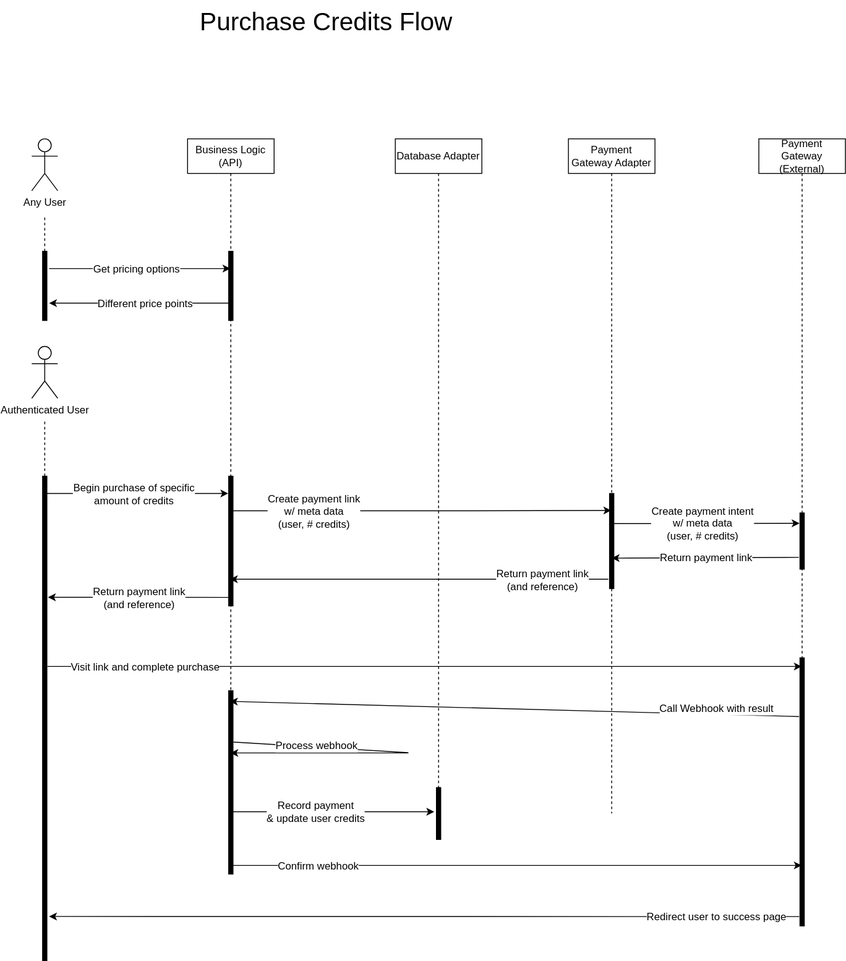
Earlier version of the draw.io export packages/domain/src/use-cases/credits/.drawio.svg (john-prutton/tarc). Source tidied: cells renumbered, new cells last; positions are measured from the earlier drawing's top-left corner, leaving out a move shared by most shapes.
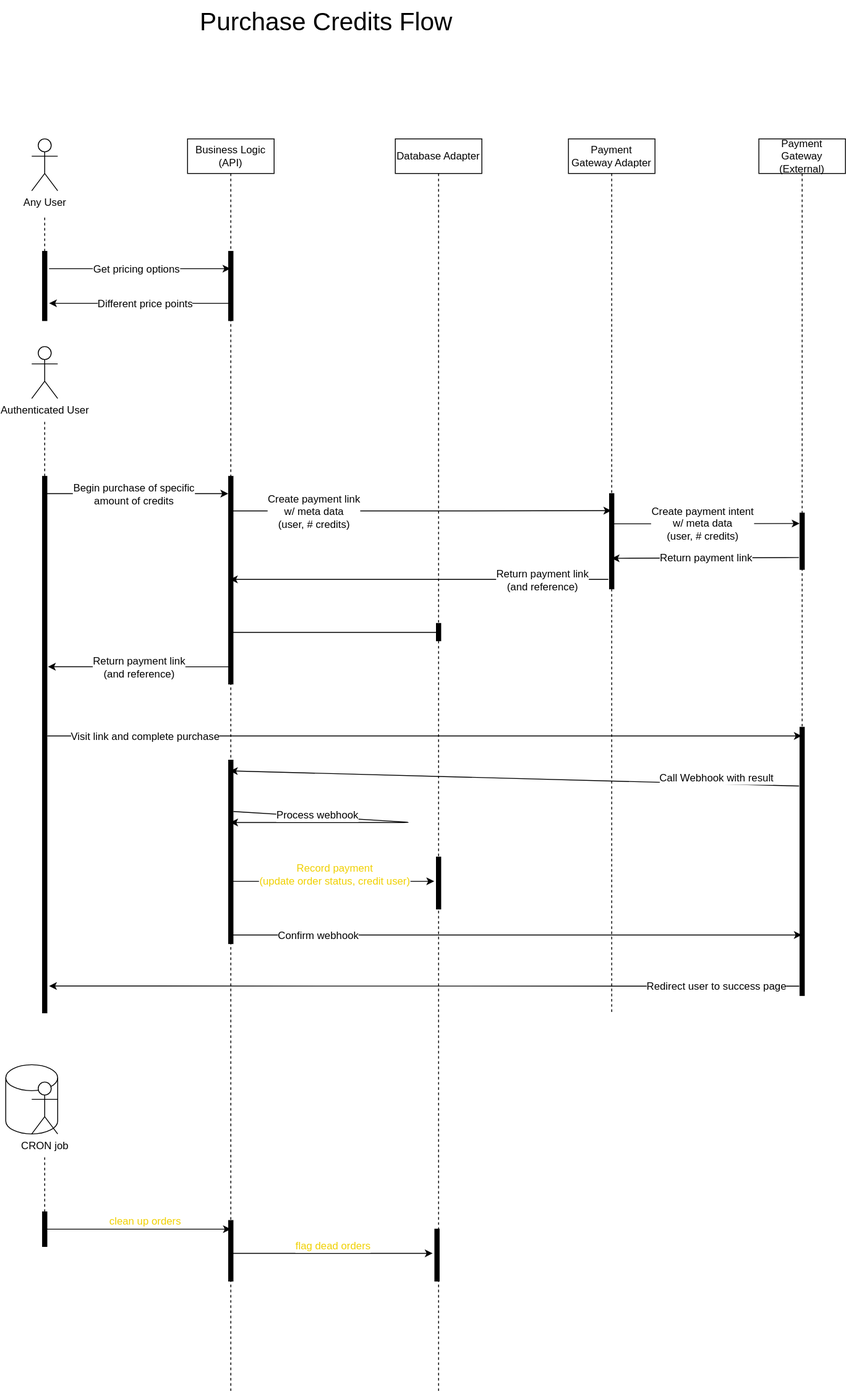
Above is the later version.

Commit message:
feat: add order entity, save order when creating purchase link

Diff of the diagram source:
```diff
@@ -2,22 +2,25 @@
   <root>
     <mxCell id="0" />
     <mxCell id="1" parent="0" />
+    <mxCell id="48" style="shape=cylinder3;whiteSpace=wrap;html=1;boundedLbl=1;backgroundOutline=1;size=15;" parent="1" vertex="1">
+      <mxGeometry x="-30" y="1230" width="60" height="80" as="geometry" />
+    </mxCell>
     <mxCell id="2" value="Any User" style="shape=umlActor;verticalLabelPosition=bottom;verticalAlign=top;html=1;" parent="1" vertex="1">
       <mxGeometry y="160" width="30" height="60" as="geometry" />
     </mxCell>
     <mxCell id="3" value="Business Logic (API)" style="shape=umlLifeline;perimeter=lifelinePerimeter;whiteSpace=wrap;html=1;outlineConnect=0;" parent="1" vertex="1">
-      <mxGeometry x="180" y="160" width="100" height="850" as="geometry" />
+      <mxGeometry x="180" y="160" width="100" height="1450" as="geometry" />
     </mxCell>
     <mxCell id="4" style="html=1;perimeter=orthogonalPerimeter;fillColor=strokeColor;fontSize=12;" parent="3" vertex="1">
       <mxGeometry x="47.5" y="130" width="5" height="80" as="geometry" />
     </mxCell>
     <mxCell id="5" style="html=1;perimeter=orthogonalPerimeter;fillColor=strokeColor;fontSize=12;" parent="3" vertex="1">
-      <mxGeometry x="47.5" y="390" width="5" height="150" as="geometry" />
+      <mxGeometry x="47.5" y="390" width="5" height="240" as="geometry" />
     </mxCell>
     <mxCell id="6" style="endArrow=classic;html=1;fontSize=12;startSize=60;endSize=6;sourcePerimeterSpacing=0;targetPerimeterSpacing=0;entryX=0.802;entryY=0.565;entryDx=0;entryDy=0;entryPerimeter=0;" parent="3" edge="1">
       <mxGeometry relative="1" as="geometry">
-        <mxPoint x="47.5" y="530.1" as="sourcePoint" />
-        <mxPoint x="-161.3" y="530" as="targetPoint" />
+        <mxPoint x="47.5" y="610.1" as="sourcePoint" />
+        <mxPoint x="-161.3" y="610" as="targetPoint" />
       </mxGeometry>
     </mxCell>
     <mxCell id="7" value="Return payment link&lt;br&gt;(and reference)" style="edgeLabel;html=1;align=center;verticalAlign=middle;fontSize=12;" parent="6" vertex="1">
@@ -27,8 +30,8 @@
     </mxCell>
     <mxCell id="8" style="endArrow=classic;html=1;fontSize=12;startSize=60;endSize=6;sourcePerimeterSpacing=0;targetPerimeterSpacing=0;" parent="3" edge="1">
       <mxGeometry relative="1" as="geometry">
-        <mxPoint x="-162" y="610" as="sourcePoint" />
-        <mxPoint x="709.5" y="610" as="targetPoint" />
+        <mxPoint x="-162" y="690" as="sourcePoint" />
+        <mxPoint x="709.5" y="690" as="targetPoint" />
       </mxGeometry>
     </mxCell>
     <mxCell id="9" value="Visit link and complete purchase" style="edgeLabel;html=1;align=center;verticalAlign=middle;fontSize=12;" parent="8" vertex="1">
@@ -37,12 +40,13 @@
       </mxGeometry>
     </mxCell>
     <mxCell id="10" style="html=1;points=[];perimeter=orthogonalPerimeter;fillColor=strokeColor;fontSize=12;" parent="3" vertex="1">
-      <mxGeometry x="47.5" y="638" width="5" height="212" as="geometry" />
+      <mxGeometry x="47.5" y="718" width="5" height="212" as="geometry" />
     </mxCell>
-    <mxCell id="11" style="endArrow=classic;html=1;fontSize=12;startSize=60;endSize=6;sourcePerimeterSpacing=0;targetPerimeterSpacing=0;exitX=1.101;exitY=0.28;exitDx=0;exitDy=0;exitPerimeter=0;" parent="3" edge="1" source="10" target="3">
+    <mxCell id="11" style="endArrow=classic;html=1;fontSize=12;startSize=60;endSize=6;sourcePerimeterSpacing=0;targetPerimeterSpacing=0;exitX=1.101;exitY=0.28;exitDx=0;exitDy=0;exitPerimeter=0;" parent="3" edge="1" source="10">
       <mxGeometry relative="1" as="geometry">
+        <mxPoint x="49.3" y="790" as="targetPoint" />
         <Array as="points">
-          <mxPoint x="260" y="710" />
+          <mxPoint x="260" y="790" />
         </Array>
       </mxGeometry>
     </mxCell>
@@ -51,9 +55,10 @@
         <mxPoint x="29" as="offset" />
       </mxGeometry>
     </mxCell>
-    <mxCell id="13" style="html=1;fontSize=12;startSize=60;endSize=6;sourcePerimeterSpacing=0;targetPerimeterSpacing=0;" parent="3" edge="1" target="32">
+    <mxCell id="13" style="html=1;fontSize=12;startSize=60;endSize=6;sourcePerimeterSpacing=0;targetPerimeterSpacing=0;" parent="3" edge="1">
       <mxGeometry relative="1" as="geometry">
-        <mxPoint x="52.5" y="840" as="sourcePoint" />
+        <mxPoint x="52.5" y="920" as="sourcePoint" />
+        <mxPoint x="709.5" y="920" as="targetPoint" />
       </mxGeometry>
     </mxCell>
     <mxCell id="14" value="Confirm webhook" style="edgeLabel;html=1;align=center;verticalAlign=middle;fontSize=12;" parent="13" vertex="1">
@@ -61,6 +66,9 @@
         <mxPoint x="-176" as="offset" />
       </mxGeometry>
     </mxCell>
+    <mxCell id="49" style="html=1;perimeter=orthogonalPerimeter;fillColor=strokeColor;fontSize=12;" parent="3" vertex="1">
+      <mxGeometry x="47.5" y="1250" width="5" height="70" as="geometry" />
+    </mxCell>
     <mxCell id="15" value="Purchase Credits Flow" style="text;html=1;align=center;verticalAlign=middle;strokeColor=none;fillColor=none;fontSize=29;" parent="1" vertex="1">
       <mxGeometry x="180" width="320" height="50" as="geometry" />
     </mxCell>
@@ -70,7 +78,7 @@
       </mxGeometry>
     </mxCell>
     <mxCell id="17" value="Payment Gateway Adapter" style="shape=umlLifeline;perimeter=lifelinePerimeter;whiteSpace=wrap;html=1;" parent="1" vertex="1">
-      <mxGeometry x="620" y="160" width="100" height="780" as="geometry" />
+      <mxGeometry x="620" y="160" width="100" height="1010" as="geometry" />
     </mxCell>
     <mxCell id="18" style="endArrow=classic;html=1;fontSize=12;startSize=60;endSize=6;sourcePerimeterSpacing=0;targetPerimeterSpacing=0;" parent="17" edge="1">
       <mxGeometry relative="1" as="geometry">
@@ -127,7 +135,7 @@
       <mxGeometry relative="1" as="geometry" />
     </mxCell>
     <mxCell id="29" style="html=1;points=[];perimeter=orthogonalPerimeter;fillColor=strokeColor;fontSize=12;" parent="1" vertex="1">
-      <mxGeometry x="12.5" y="550" width="5" height="560" as="geometry" />
+      <mxGeometry x="12.5" y="550" width="5" height="620" as="geometry" />
     </mxCell>
     <mxCell id="30" style="endArrow=classic;html=1;fontSize=12;startSize=60;endSize=6;sourcePerimeterSpacing=0;targetPerimeterSpacing=0;exitX=-0.273;exitY=0.901;exitDx=0;exitDy=0;exitPerimeter=0;" parent="1" edge="1" source="20">
       <mxGeometry relative="1" as="geometry">
@@ -146,7 +154,7 @@
       <mxGeometry x="47.5" y="432.5" width="5" height="65" as="geometry" />
     </mxCell>
     <mxCell id="34" style="html=1;points=[];perimeter=orthogonalPerimeter;fillColor=strokeColor;fontSize=12;" parent="32" vertex="1">
-      <mxGeometry x="47.5" y="600" width="5" height="310" as="geometry" />
+      <mxGeometry x="47.5" y="680" width="5" height="310" as="geometry" />
     </mxCell>
     <mxCell id="35" style="endArrow=classic;html=1;fontSize=12;startSize=60;endSize=6;sourcePerimeterSpacing=0;targetPerimeterSpacing=0;" parent="1" edge="1">
       <mxGeometry relative="1" as="geometry">
@@ -175,7 +183,7 @@
     </mxCell>
     <mxCell id="39" style="endArrow=classic;html=1;fontSize=12;startSize=60;endSize=6;sourcePerimeterSpacing=0;targetPerimeterSpacing=0;exitX=-0.211;exitY=0.219;exitDx=0;exitDy=0;exitPerimeter=0;" parent="1" edge="1" source="34">
       <mxGeometry relative="1" as="geometry">
-        <mxPoint x="229" y="810.4" as="targetPoint" />
+        <mxPoint x="229" y="890.4" as="targetPoint" />
       </mxGeometry>
     </mxCell>
     <mxCell id="40" value="Call Webhook with result&amp;nbsp;" style="edgeLabel;html=1;align=center;verticalAlign=middle;fontSize=12;" parent="39" vertex="1">
@@ -184,14 +192,27 @@
       </mxGeometry>
     </mxCell>
     <mxCell id="41" value="Database Adapter" style="shape=umlLifeline;perimeter=lifelinePerimeter;whiteSpace=wrap;html=1;outlineConnect=0;" parent="1" vertex="1">
-      <mxGeometry x="420" y="160" width="100" height="810" as="geometry" />
+      <mxGeometry x="420" y="160" width="100" height="1450" as="geometry" />
     </mxCell>
     <mxCell id="42" style="html=1;points=[];perimeter=orthogonalPerimeter;fillColor=strokeColor;fontSize=12;" parent="41" vertex="1">
-      <mxGeometry x="47.5" y="750" width="5" height="60" as="geometry" />
+      <mxGeometry x="47.5" y="830" width="5" height="60" as="geometry" />
     </mxCell>
+    <mxCell id="50" style="html=1;points=[];perimeter=orthogonalPerimeter;fillColor=strokeColor;fontSize=12;" parent="41" vertex="1">
+      <mxGeometry x="45.7" y="1260" width="5" height="60" as="geometry" />
+    </mxCell>
+    <mxCell id="51" style="html=1;fontSize=12;startSize=60;endSize=6;sourcePerimeterSpacing=0;targetPerimeterSpacing=0;entryX=-0.51;entryY=0.466;entryDx=0;entryDy=0;entryPerimeter=0;" parent="41" edge="1" target="50">
+      <mxGeometry relative="1" as="geometry">
+        <mxPoint x="-192.5" y="1288" as="sourcePoint" />
+      </mxGeometry>
+    </mxCell>
+    <mxCell id="52" value="flag dead orders" style="edgeLabel;html=1;align=center;verticalAlign=middle;fontSize=12;fontColor=#F0D000;" parent="51" vertex="1">
+      <mxGeometry x="-0.17" relative="1" as="geometry">
+        <mxPoint x="22" y="-8" as="offset" />
+      </mxGeometry>
+    </mxCell>
     <mxCell id="43" style="endArrow=classic;html=1;fontSize=12;startSize=60;endSize=6;sourcePerimeterSpacing=0;targetPerimeterSpacing=0;exitX=-0.176;exitY=0.965;exitDx=0;exitDy=0;exitPerimeter=0;" parent="1" edge="1" source="34">
       <mxGeometry relative="1" as="geometry">
-        <mxPoint x="20" y="1059" as="targetPoint" />
+        <mxPoint x="20" y="1139" as="targetPoint" />
       </mxGeometry>
     </mxCell>
     <mxCell id="44" value="Redirect user to success page" style="edgeLabel;html=1;align=center;verticalAlign=middle;fontSize=12;" parent="43" vertex="1">
@@ -199,14 +220,54 @@
         <mxPoint x="385" as="offset" />
       </mxGeometry>
     </mxCell>
-    <mxCell id="45" style="html=1;fontSize=12;startSize=60;endSize=6;sourcePerimeterSpacing=0;targetPerimeterSpacing=0;entryX=-0.51;entryY=0.466;entryDx=0;entryDy=0;entryPerimeter=0;" parent="1" edge="1" source="3" target="42">
-      <mxGeometry relative="1" as="geometry" />
+    <mxCell id="45" style="html=1;fontSize=12;startSize=60;endSize=6;sourcePerimeterSpacing=0;targetPerimeterSpacing=0;entryX=-0.51;entryY=0.466;entryDx=0;entryDy=0;entryPerimeter=0;" parent="1" edge="1" target="42">
+      <mxGeometry relative="1" as="geometry">
+        <mxPoint x="229.3" y="1018" as="sourcePoint" />
+      </mxGeometry>
     </mxCell>
-    <mxCell id="46" value="Record payment &lt;br&gt;&amp;amp; update user credits" style="edgeLabel;html=1;align=center;verticalAlign=middle;fontSize=12;" parent="45" vertex="1">
-      <mxGeometry x="-0.17" relative="1" as="geometry" />
+    <mxCell id="46" value="Record payment &lt;br&gt;(update order status, credit user)" style="edgeLabel;html=1;align=center;verticalAlign=middle;fontSize=12;fontColor=#F0D000;" parent="45" vertex="1">
+      <mxGeometry x="-0.17" relative="1" as="geometry">
+        <mxPoint x="22" y="-8" as="offset" />
+      </mxGeometry>
     </mxCell>
     <mxCell id="47" value="Authenticated User" style="shape=umlActor;verticalLabelPosition=bottom;verticalAlign=top;html=1;outlineConnect=0;" parent="1" vertex="1">
       <mxGeometry y="400" width="30" height="60" as="geometry" />
     </mxCell>
+    <mxCell id="53" style="endArrow=classic;html=1;fontSize=12;startSize=60;endSize=6;targetPerimeterSpacing=0;startArrow=none;" parent="1" edge="1" source="56" target="41">
+      <mxGeometry relative="1" as="geometry" />
+    </mxCell>
+    <mxCell id="54" value="record order&lt;br&gt;(user, reference, date, status, items)" style="edgeLabel;html=1;align=center;verticalAlign=middle;fontSize=12;fontColor=#FFFFFF;" parent="53" vertex="1">
+      <mxGeometry x="0.11" relative="1" as="geometry">
+        <mxPoint x="-129" as="offset" />
+      </mxGeometry>
+    </mxCell>
+    <mxCell id="55" style="endArrow=none;html=1;fontSize=12;startSize=60;endSize=6;sourcePerimeterSpacing=0;" parent="1" edge="1" target="56">
+      <mxGeometry relative="1" as="geometry">
+        <mxPoint x="230.5" y="730.4" as="sourcePoint" />
+      </mxGeometry>
+    </mxCell>
+    <mxCell id="56" style="html=1;points=[];perimeter=orthogonalPerimeter;fillColor=strokeColor;fontSize=12;" parent="1" vertex="1">
+      <mxGeometry x="467.5" y="720" width="5" height="20" as="geometry" />
+    </mxCell>
+    <mxCell id="57" style="edgeStyle=none;html=1;fontSize=12;startSize=60;endSize=6;sourcePerimeterSpacing=0;targetPerimeterSpacing=26;dashed=1;endArrow=none;endFill=0;" parent="1" edge="1" source="58" target="59">
+      <mxGeometry relative="1" as="geometry" />
+    </mxCell>
+    <mxCell id="58" style="html=1;points=[];perimeter=orthogonalPerimeter;fillColor=strokeColor;fontSize=12;" parent="1" vertex="1">
+      <mxGeometry x="12.5" y="1400" width="5" height="40" as="geometry" />
+    </mxCell>
+    <mxCell id="59" value="CRON job" style="shape=umlActor;verticalLabelPosition=bottom;verticalAlign=top;html=1;outlineConnect=0;" parent="1" vertex="1">
+      <mxGeometry y="1250" width="30" height="60" as="geometry" />
+    </mxCell>
+    <mxCell id="60" style="endArrow=classic;html=1;fontSize=12;startSize=60;endSize=6;sourcePerimeterSpacing=0;targetPerimeterSpacing=0;" parent="1" edge="1">
+      <mxGeometry relative="1" as="geometry">
+        <mxPoint x="12.5" y="1420" as="sourcePoint" />
+        <mxPoint x="230" y="1420" as="targetPoint" />
+      </mxGeometry>
+    </mxCell>
+    <mxCell id="61" value="clean up orders" style="edgeLabel;html=1;align=center;verticalAlign=middle;fontSize=12;fontColor=#F0D000;" parent="60" vertex="1">
+      <mxGeometry x="0.11" relative="1" as="geometry">
+        <mxPoint x="-3" y="-10" as="offset" />
+      </mxGeometry>
+    </mxCell>
   </root>
 </mxGraphModel>
```
